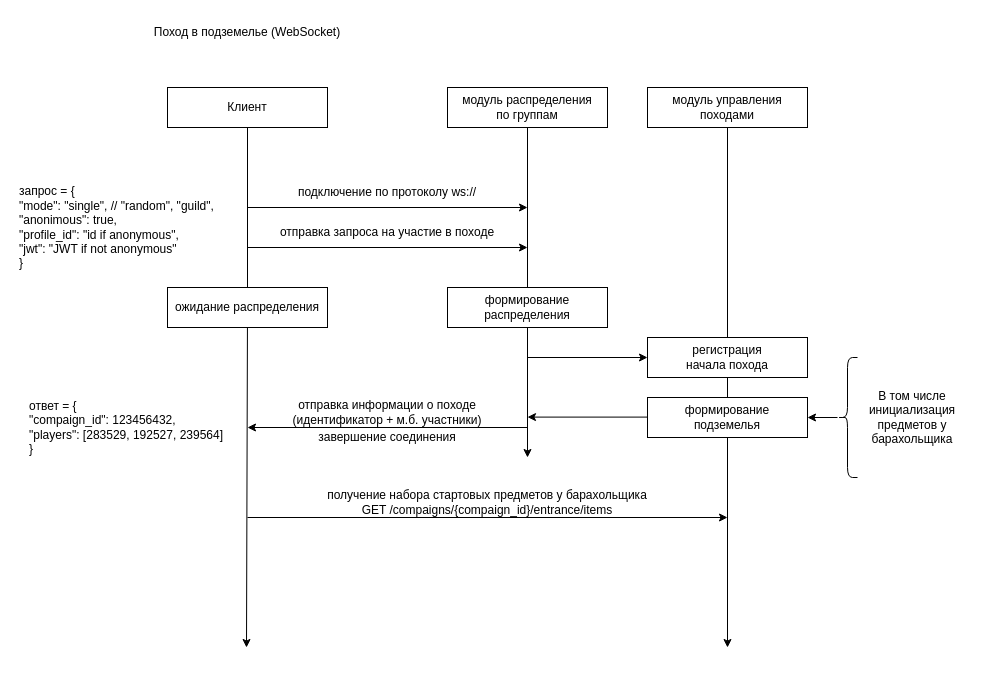
Before: page "API" (4 of 6) of docs/diagrams.drawio in RullDeef/zarg, a draw.io diagram. Source tidied: cells renumbered, new cells numbered last; positions are measured from the earlier drawing's top-left corner, leaving out a move shared by most shapes. Both pictures are drawn from the tidied source at 100%, with x=0, y=0 at pixel (17, 17).
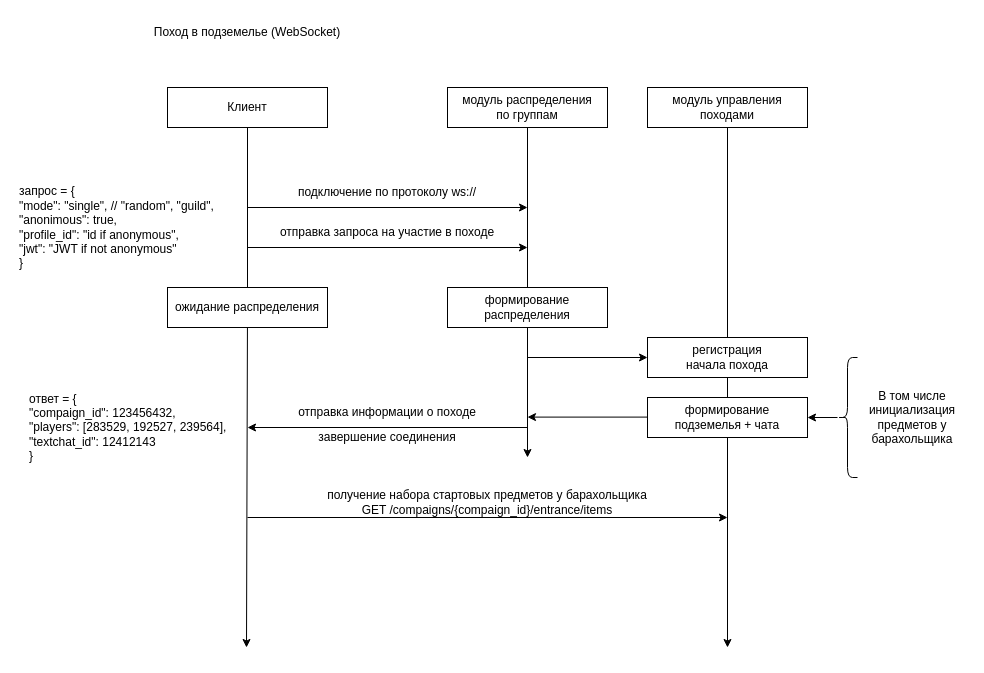
Above is the later version.

Change to the diagram source:
```diff
@@
-    <mxCell id="16" value="отправка информации о походе&lt;br&gt;(идентификатор + м.б. участники)" style="text;html=1;strokeColor=none;fillColor=none;align=center;verticalAlign=middle;whiteSpace=wrap;rounded=0;" parent="1" vertex="1">
+    <mxCell id="16" value="отправка информации о походе" style="text;html=1;strokeColor=none;fillColor=none;align=center;verticalAlign=middle;whiteSpace=wrap;rounded=0;" parent="1" vertex="1">
       <mxGeometry x="230" y="380" width="280" height="30" as="geometry" />
     </mxCell>
@@
-    <mxCell id="24" value="формирование&lt;br&gt;подземелья" style="rounded=0;whiteSpace=wrap;html=1;" parent="1" vertex="1">
+    <mxCell id="24" value="формирование&lt;br&gt;подземелья + чата" style="rounded=0;whiteSpace=wrap;html=1;" parent="1" vertex="1">
       <mxGeometry x="630" y="380" width="160" height="40" as="geometry" />
     </mxCell>
@@
-    <mxCell id="32" value="&lt;div style=&quot;&quot;&gt;&lt;span style=&quot;background-color: initial;&quot;&gt;ответ = {&lt;/span&gt;&lt;/div&gt;&lt;div style=&quot;&quot;&gt;&lt;span style=&quot;background-color: initial;&quot;&gt;&quot;compaign_id&quot;: 123456432,&lt;/span&gt;&lt;/div&gt;&lt;div style=&quot;&quot;&gt;&lt;span style=&quot;background-color: initial;&quot;&gt;&quot;players&quot;: [283529, 192527, 239564]&lt;/span&gt;&lt;/div&gt;}" style="text;html=1;strokeColor=none;fillColor=none;align=left;verticalAlign=middle;whiteSpace=wrap;rounded=0;" parent="1" vertex="1">
+    <mxCell id="32" value="&lt;div style=&quot;&quot;&gt;&lt;span style=&quot;background-color: initial;&quot;&gt;ответ = {&lt;/span&gt;&lt;/div&gt;&lt;div style=&quot;&quot;&gt;&lt;span style=&quot;background-color: initial;&quot;&gt;&quot;compaign_id&quot;: 123456432,&lt;/span&gt;&lt;/div&gt;&lt;div style=&quot;&quot;&gt;&lt;span style=&quot;background-color: initial;&quot;&gt;&quot;players&quot;: [283529, 192527, 239564],&lt;/span&gt;&lt;/div&gt;&lt;div style=&quot;&quot;&gt;&lt;span style=&quot;background-color: initial;&quot;&gt;&quot;textchat_id&quot;: 12412143&lt;/span&gt;&lt;/div&gt;}" style="text;html=1;strokeColor=none;fillColor=none;align=left;verticalAlign=middle;whiteSpace=wrap;rounded=0;" parent="1" vertex="1">
       <mxGeometry x="10" y="380" width="210" height="60" as="geometry" />
     </mxCell>
```
